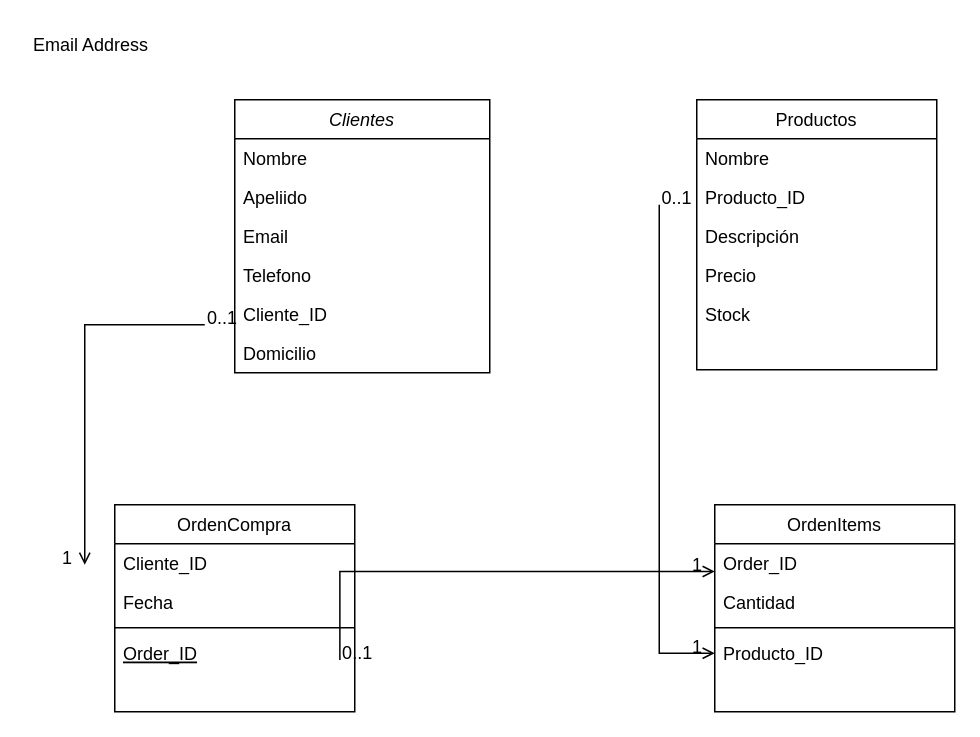
Before: entremedias.drawio in EzeReyes/luroamanecer, a draw.io diagram. Source tidied: cells renumbered, new cells numbered last; positions are measured from the earlier drawing's top-left corner, leaving out a move shared by most shapes. Both pictures are drawn from the tidied source at 150%, with x=0, y=0 at pixel (-51, 24).
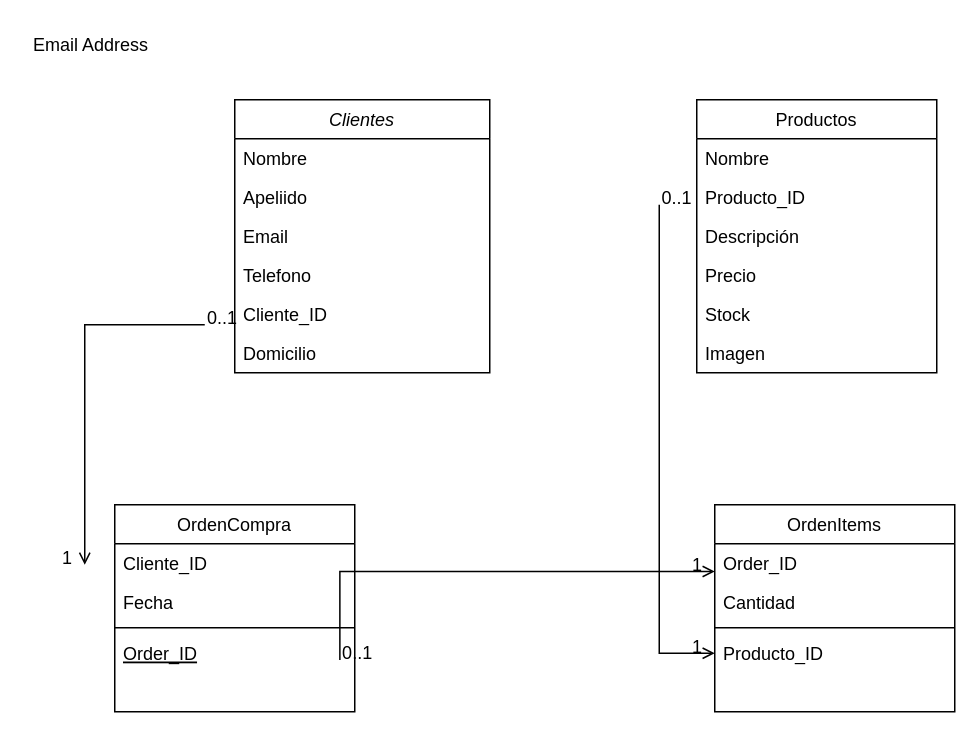
After the change.

What changed in the source:
```diff
@@
     <mxCell id="14" value="Productos" style="swimlane;fontStyle=0;align=center;verticalAlign=top;horizontal=1;startSize=26;rounded=0;shadow=0;strokeWidth=1;" parent="1" vertex="1">
-      <mxGeometry x="498" y="50" width="160" height="180" as="geometry" />
+      <mxGeometry x="498" y="50" width="160" height="182" as="geometry" />
     </mxCell>
@@
+    <mxCell id="35" value="Imagen" style="text;align=left;verticalAlign=top;spacingLeft=4;spacingRight=4;overflow=hidden;" parent="14" vertex="1">
+      <mxGeometry y="156" width="160" height="26" as="geometry" />
+    </mxCell>
```
